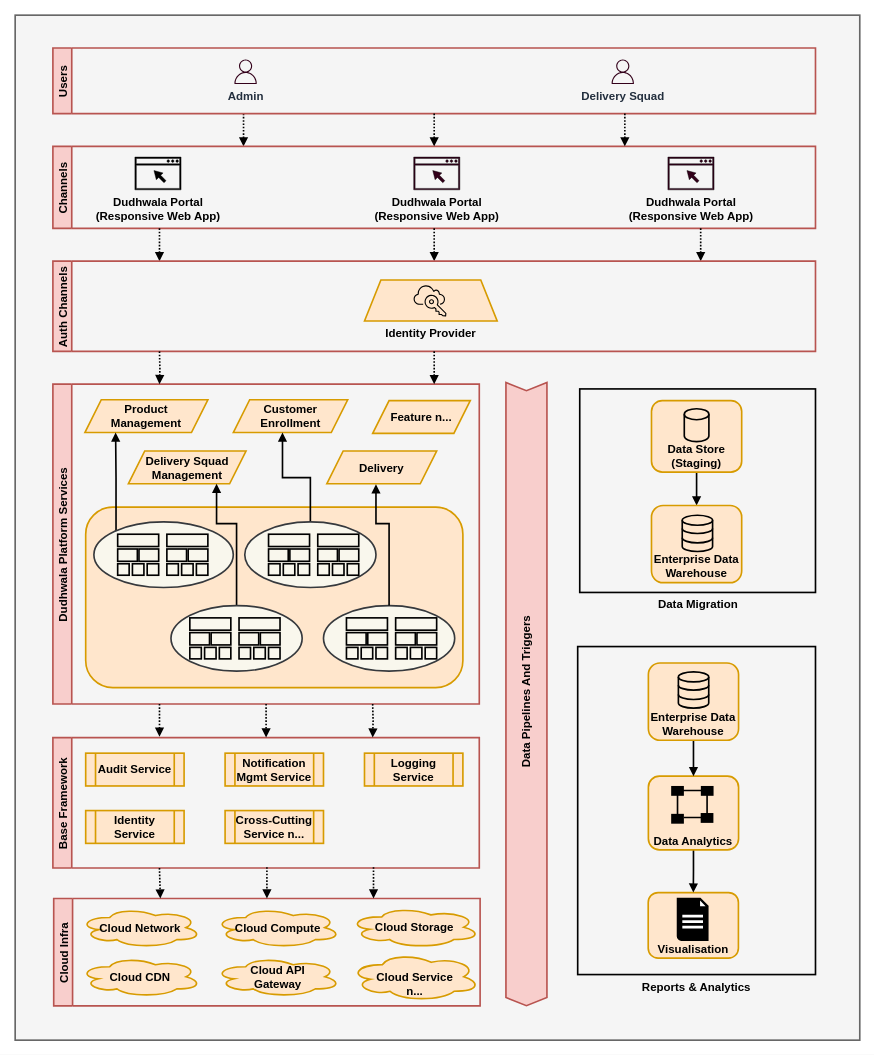
Above: docs/diagram/conceptual_view.drawio in dudhwalas/dudhwala (draw.io), before the change. Source tidied: cells renumbered, new cells numbered last; positions are measured from the earlier drawing's top-left corner, leaving out a move shared by most shapes. Both pictures are drawn from the tidied source at 82%, with x=0, y=0 at pixel (15, 15).
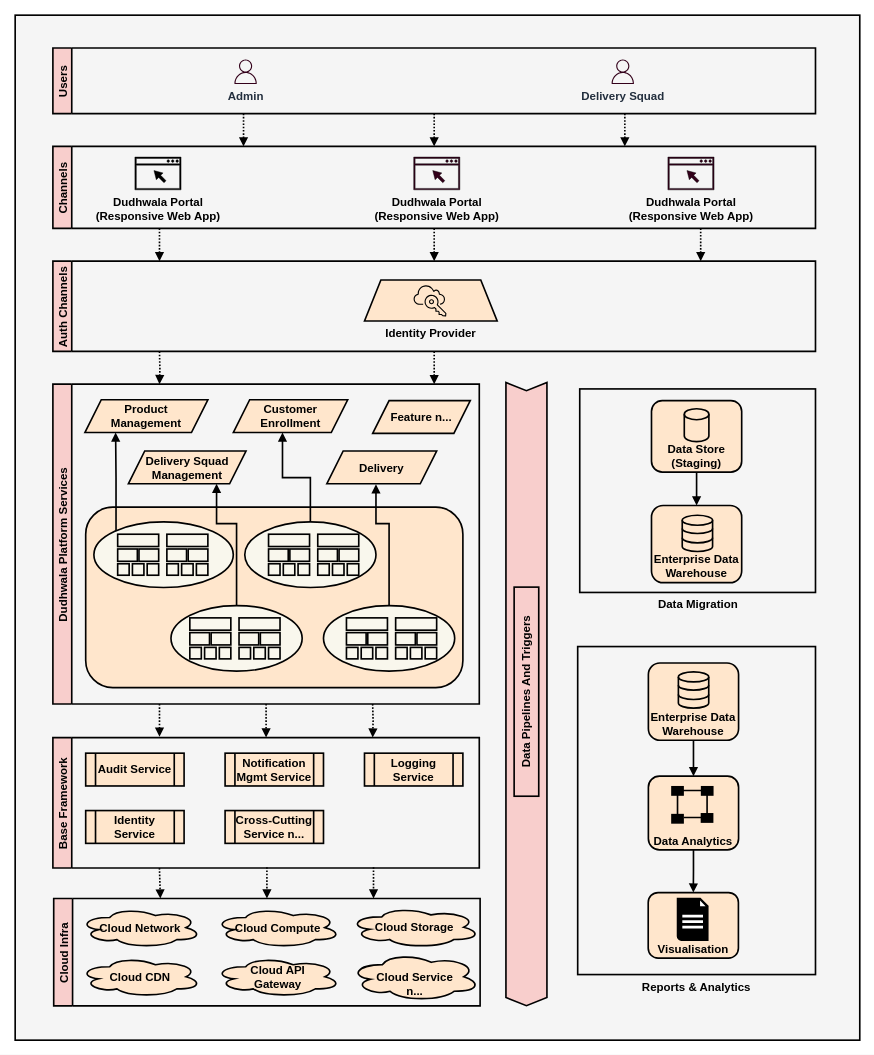
The same page after the edit.

What changed in the source:
```diff
@@
-    <mxCell id="2" style="rounded=0;whiteSpace=wrap;html=1;labelBorderColor=none;fillStyle=solid;strokeColor=#666666;strokeWidth=2;fontFamily=Helvetica;fontSize=14;fontColor=#333333;fillColor=#f5f5f5;fontStyle=1;" parent="1" vertex="1">
+    <mxCell id="2" style="rounded=0;whiteSpace=wrap;html=1;labelBorderColor=none;fillStyle=solid;strokeColor=#000000;strokeWidth=2;fontFamily=Helvetica;fontSize=14;fontColor=#333333;fillColor=#f5f5f5;fontStyle=1;" parent="1" vertex="1">
       <mxGeometry width="1030" height="1250" as="geometry" />
     </mxCell>
@@
-    <mxCell id="4" value="Users" style="swimlane;horizontal=0;fontStyle=1;sketch=0;fontFamily=Helvetica;fillColor=#f8cecc;strokeColor=#b85450;fontSize=14;strokeWidth=2;" parent="1" vertex="1">
+    <mxCell id="4" value="Users" style="swimlane;horizontal=0;fontStyle=1;sketch=0;fontFamily=Helvetica;fillColor=#f8cecc;strokeColor=#000000;fontSize=14;strokeWidth=2;" parent="1" vertex="1">
       <mxGeometry x="46" y="40" width="930" height="80" as="geometry" />
     </mxCell>
@@
-    <mxCell id="7" value="Channels" style="swimlane;horizontal=0;fontStyle=1;sketch=0;fontFamily=Helvetica;fillColor=#f8cecc;strokeColor=#b85450;fontSize=14;strokeWidth=2;" parent="1" vertex="1">
+    <mxCell id="7" value="Channels" style="swimlane;horizontal=0;fontStyle=1;sketch=0;fontFamily=Helvetica;fillColor=#f8cecc;strokeColor=#000000;fontSize=14;strokeWidth=2;" parent="1" vertex="1">
       <mxGeometry x="46" y="160" width="930" height="100" as="geometry" />
     </mxCell>
@@
-    <mxCell id="12" value="Dudhwala Platform Services" style="swimlane;horizontal=0;fontStyle=1;fontSize=14;sketch=0;fontFamily=Helvetica;fillColor=#f8cecc;strokeColor=#b85450;strokeWidth=2;" parent="1" vertex="1">
+    <mxCell id="12" value="Dudhwala Platform Services" style="swimlane;horizontal=0;fontStyle=1;fontSize=14;sketch=0;fontFamily=Helvetica;fillColor=#f8cecc;strokeColor=#000000;strokeWidth=2;" parent="1" vertex="1">
       <mxGeometry x="46" y="450" width="520" height="390" as="geometry" />
     </mxCell>
-    <mxCell id="13" value="Product &lt;br&gt;Management" style="shape=parallelogram;perimeter=parallelogramPerimeter;whiteSpace=wrap;html=1;fixedSize=1;rounded=0;glass=0;sketch=0;curveFitting=0.95;strokeWidth=2;fontFamily=Helvetica;fillColor=#ffe6cc;fontSize=14;strokeColor=#d79b00;fontStyle=1;" parent="12" vertex="1">
+    <mxCell id="13" value="Product &lt;br&gt;Management" style="shape=parallelogram;perimeter=parallelogramPerimeter;whiteSpace=wrap;html=1;fixedSize=1;rounded=0;glass=0;sketch=0;curveFitting=0.95;strokeWidth=2;fontFamily=Helvetica;fillColor=#ffe6cc;fontSize=14;strokeColor=#000000;fontStyle=1;" parent="12" vertex="1">
       <mxGeometry x="39" y="19" width="150" height="40" as="geometry" />
     </mxCell>
-    <mxCell id="14" value="Delivery Squad Management" style="shape=parallelogram;perimeter=parallelogramPerimeter;whiteSpace=wrap;html=1;fixedSize=1;rounded=0;glass=0;sketch=0;curveFitting=0.95;strokeWidth=2;fontFamily=Helvetica;fillColor=#ffe6cc;fontSize=14;strokeColor=#d79b00;fontStyle=1;" parent="12" vertex="1">
+    <mxCell id="14" value="Delivery Squad Management" style="shape=parallelogram;perimeter=parallelogramPerimeter;whiteSpace=wrap;html=1;fixedSize=1;rounded=0;glass=0;sketch=0;curveFitting=0.95;strokeWidth=2;fontFamily=Helvetica;fillColor=#ffe6cc;fontSize=14;strokeColor=#000000;fontStyle=1;" parent="12" vertex="1">
       <mxGeometry x="92" y="81.5" width="143.5" height="40" as="geometry" />
     </mxCell>
-    <mxCell id="15" value="Customer Enrollment" style="shape=parallelogram;perimeter=parallelogramPerimeter;whiteSpace=wrap;html=1;fixedSize=1;rounded=0;glass=0;sketch=0;curveFitting=0.95;strokeWidth=2;fontFamily=Helvetica;fillColor=#ffe6cc;fontSize=14;strokeColor=#d79b00;fontStyle=1;" parent="12" vertex="1">
+    <mxCell id="15" value="Customer Enrollment" style="shape=parallelogram;perimeter=parallelogramPerimeter;whiteSpace=wrap;html=1;fixedSize=1;rounded=0;glass=0;sketch=0;curveFitting=0.95;strokeWidth=2;fontFamily=Helvetica;fillColor=#ffe6cc;fontSize=14;strokeColor=#000000;fontStyle=1;" parent="12" vertex="1">
       <mxGeometry x="220" y="19" width="139.5" height="40" as="geometry" />
     </mxCell>
-    <mxCell id="16" value="Delivery" style="shape=parallelogram;perimeter=parallelogramPerimeter;whiteSpace=wrap;html=1;fixedSize=1;rounded=0;glass=0;sketch=0;curveFitting=0.95;strokeWidth=2;fontFamily=Helvetica;fillColor=#ffe6cc;fontSize=14;strokeColor=#d79b00;fontStyle=1;" parent="12" vertex="1">
+    <mxCell id="16" value="Delivery" style="shape=parallelogram;perimeter=parallelogramPerimeter;whiteSpace=wrap;html=1;fixedSize=1;rounded=0;glass=0;sketch=0;curveFitting=0.95;strokeWidth=2;fontFamily=Helvetica;fillColor=#ffe6cc;fontSize=14;strokeColor=#000000;fontStyle=1;" parent="12" vertex="1">
       <mxGeometry x="334" y="81.5" width="134" height="40" as="geometry" />
     </mxCell>
-    <mxCell id="17" style="rounded=1;whiteSpace=wrap;html=1;sketch=0;spacing=2;strokeWidth=2;glass=0;curveFitting=0.95;fillColor=#ffe6cc;fontFamily=Helvetica;fontSize=14;strokeColor=#d79b00;fontStyle=1;" parent="12" vertex="1">
+    <mxCell id="17" style="rounded=1;whiteSpace=wrap;html=1;sketch=0;spacing=2;strokeWidth=2;glass=0;curveFitting=0.95;fillColor=#ffe6cc;fontFamily=Helvetica;fontSize=14;strokeColor=#000000;fontStyle=1;" parent="12" vertex="1">
       <mxGeometry x="40" y="150" width="460" height="220" as="geometry" />
     </mxCell>
@@
-    <mxCell id="19" style="ellipse;whiteSpace=wrap;html=1;sketch=0;fillStyle=solid;fontFamily=Helvetica;fontSize=14;fillColor=#f9f7ed;strokeColor=#36393d;strokeWidth=2;fontStyle=1;" parent="12" vertex="1">
+    <mxCell id="19" style="ellipse;whiteSpace=wrap;html=1;sketch=0;fillStyle=solid;fontFamily=Helvetica;fontSize=14;fillColor=#f9f7ed;strokeColor=#000000;strokeWidth=2;fontStyle=1;" parent="12" vertex="1">
       <mxGeometry x="50" y="168" width="170" height="80" as="geometry" />
     </mxCell>
@@
-    <mxCell id="30" style="ellipse;whiteSpace=wrap;html=1;sketch=0;fillStyle=solid;fontFamily=Helvetica;fontSize=14;fillColor=#f9f7ed;direction=east;strokeColor=#36393d;strokeWidth=2;fontStyle=1;" parent="12" vertex="1">
+    <mxCell id="30" style="ellipse;whiteSpace=wrap;html=1;sketch=0;fillStyle=solid;fontFamily=Helvetica;fontSize=14;fillColor=#f9f7ed;direction=east;strokeColor=#000000;strokeWidth=2;fontStyle=1;" parent="12" vertex="1">
       <mxGeometry x="234" y="168" width="160" height="80" as="geometry" />
     </mxCell>
@@
-    <mxCell id="44" style="ellipse;whiteSpace=wrap;html=1;sketch=0;fillStyle=solid;fontFamily=Helvetica;fontSize=14;fillColor=#f9f7ed;strokeColor=#36393d;strokeWidth=2;fontStyle=1;" parent="12" vertex="1">
+    <mxCell id="44" style="ellipse;whiteSpace=wrap;html=1;sketch=0;fillStyle=solid;fontFamily=Helvetica;fontSize=14;fillColor=#f9f7ed;strokeColor=#000000;strokeWidth=2;fontStyle=1;" parent="12" vertex="1">
       <mxGeometry x="144" y="270" width="160" height="80" as="geometry" />
     </mxCell>
@@
-    <mxCell id="60" style="ellipse;whiteSpace=wrap;html=1;sketch=0;fillStyle=solid;fontFamily=Helvetica;fontSize=14;fillColor=#f9f7ed;strokeColor=#36393d;strokeWidth=2;fontStyle=1;" parent="12" vertex="1">
+    <mxCell id="60" style="ellipse;whiteSpace=wrap;html=1;sketch=0;fillStyle=solid;fontFamily=Helvetica;fontSize=14;fillColor=#f9f7ed;strokeColor=#000000;strokeWidth=2;fontStyle=1;" parent="12" vertex="1">
       <mxGeometry x="330" y="270" width="160" height="80" as="geometry" />
     </mxCell>
@@
-    <mxCell id="78" value="Auth Channels" style="swimlane;horizontal=0;fontStyle=1;sketch=0;fontFamily=Helvetica;fillColor=#f8cecc;strokeColor=#b85450;fontSize=14;strokeWidth=2;" parent="1" vertex="1">
+    <mxCell id="78" value="Auth Channels" style="swimlane;horizontal=0;fontStyle=1;sketch=0;fontFamily=Helvetica;fillColor=#f8cecc;strokeColor=#000000;fontSize=14;strokeWidth=2;" parent="1" vertex="1">
       <mxGeometry x="46" y="300" width="930" height="110" as="geometry" />
     </mxCell>
-    <mxCell id="79" value="Identity Provider" style="shape=trapezoid;perimeter=trapezoidPerimeter;whiteSpace=wrap;html=1;fixedSize=1;sketch=0;fillStyle=solid;strokeColor=#d79b00;fillColor=#ffe6cc;labelPosition=center;verticalLabelPosition=bottom;align=center;verticalAlign=top;fontFamily=Helvetica;fontSize=14;strokeWidth=2;fontStyle=1;" parent="78" vertex="1">
+    <mxCell id="79" value="Identity Provider" style="shape=trapezoid;perimeter=trapezoidPerimeter;whiteSpace=wrap;html=1;fixedSize=1;sketch=0;fillStyle=solid;strokeColor=#000000;fillColor=#ffe6cc;labelPosition=center;verticalLabelPosition=bottom;align=center;verticalAlign=top;fontFamily=Helvetica;fontSize=14;strokeWidth=2;fontStyle=1;" parent="78" vertex="1">
       <mxGeometry x="380" y="23" width="161.8" height="50" as="geometry" />
     </mxCell>
@@
-    <mxCell id="83" value="Base Framework" style="swimlane;horizontal=0;fontStyle=1;sketch=0;fontFamily=Helvetica;startSize=23;fillColor=#f8cecc;strokeColor=#b85450;fontSize=14;strokeWidth=2;" parent="1" vertex="1">
+    <mxCell id="83" value="Base Framework" style="swimlane;horizontal=0;fontStyle=1;sketch=0;fontFamily=Helvetica;startSize=23;fillColor=#f8cecc;strokeColor=#000000;fontSize=14;strokeWidth=2;" parent="1" vertex="1">
       <mxGeometry x="46" y="881" width="520" height="159" as="geometry" />
     </mxCell>
-    <mxCell id="84" value="Notification Mgmt Service" style="shape=process;whiteSpace=wrap;html=1;backgroundOutline=1;rounded=0;glass=0;sketch=0;curveFitting=0.95;fontFamily=Helvetica;strokeWidth=2;fillColor=#ffe6cc;fontSize=14;strokeColor=#d79b00;fontStyle=1;" parent="83" vertex="1">
+    <mxCell id="84" value="Notification Mgmt Service" style="shape=process;whiteSpace=wrap;html=1;backgroundOutline=1;rounded=0;glass=0;sketch=0;curveFitting=0.95;fontFamily=Helvetica;strokeWidth=2;fillColor=#ffe6cc;fontSize=14;strokeColor=#000000;fontStyle=1;" parent="83" vertex="1">
       <mxGeometry x="210" y="19" width="120" height="40" as="geometry" />
     </mxCell>
-    <mxCell id="85" value="Audit Service" style="shape=process;whiteSpace=wrap;html=1;backgroundOutline=1;rounded=0;glass=0;sketch=0;curveFitting=0.95;fontFamily=Helvetica;strokeWidth=2;fillColor=#ffe6cc;fontSize=14;strokeColor=#d79b00;fontStyle=1;" parent="83" vertex="1">
+    <mxCell id="85" value="Audit Service" style="shape=process;whiteSpace=wrap;html=1;backgroundOutline=1;rounded=0;glass=0;sketch=0;curveFitting=0.95;fontFamily=Helvetica;strokeWidth=2;fillColor=#ffe6cc;fontSize=14;strokeColor=#000000;fontStyle=1;" parent="83" vertex="1">
       <mxGeometry x="40" y="19" width="120" height="40" as="geometry" />
     </mxCell>
-    <mxCell id="86" value="Logging Service" style="shape=process;whiteSpace=wrap;html=1;backgroundOutline=1;rounded=0;glass=0;sketch=0;curveFitting=0.95;fontFamily=Helvetica;strokeWidth=2;fillColor=#ffe6cc;fontSize=14;strokeColor=#d79b00;fontStyle=1;" parent="83" vertex="1">
+    <mxCell id="86" value="Logging Service" style="shape=process;whiteSpace=wrap;html=1;backgroundOutline=1;rounded=0;glass=0;sketch=0;curveFitting=0.95;fontFamily=Helvetica;strokeWidth=2;fillColor=#ffe6cc;fontSize=14;strokeColor=#000000;fontStyle=1;" parent="83" vertex="1">
       <mxGeometry x="380" y="19" width="120" height="40" as="geometry" />
     </mxCell>
-    <mxCell id="87" value="Identity Service" style="shape=process;whiteSpace=wrap;html=1;backgroundOutline=1;rounded=0;glass=0;sketch=0;curveFitting=0.95;fontFamily=Helvetica;strokeWidth=2;fillColor=#ffe6cc;fontSize=14;strokeColor=#d79b00;fontStyle=1;" parent="83" vertex="1">
+    <mxCell id="87" value="Identity Service" style="shape=process;whiteSpace=wrap;html=1;backgroundOutline=1;rounded=0;glass=0;sketch=0;curveFitting=0.95;fontFamily=Helvetica;strokeWidth=2;fillColor=#ffe6cc;fontSize=14;strokeColor=#000000;fontStyle=1;" parent="83" vertex="1">
       <mxGeometry x="40" y="89" width="120" height="40" as="geometry" />
     </mxCell>
-    <mxCell id="88" value="Cross-Cutting Service n..." style="shape=process;whiteSpace=wrap;html=1;backgroundOutline=1;rounded=0;glass=0;sketch=0;curveFitting=0.95;fontFamily=Helvetica;strokeWidth=2;fillColor=#ffe6cc;fontSize=14;strokeColor=#d79b00;fontStyle=1;" parent="83" vertex="1">
+    <mxCell id="88" value="Cross-Cutting Service n..." style="shape=process;whiteSpace=wrap;html=1;backgroundOutline=1;rounded=0;glass=0;sketch=0;curveFitting=0.95;fontFamily=Helvetica;strokeWidth=2;fillColor=#ffe6cc;fontSize=14;strokeColor=#000000;fontStyle=1;" parent="83" vertex="1">
       <mxGeometry x="210" y="89" width="120" height="40" as="geometry" />
     </mxCell>
@@
-    <mxCell id="92" value="Cloud Infra" style="swimlane;horizontal=0;fontStyle=1;sketch=0;fontFamily=Helvetica;startSize=23;fillColor=#f8cecc;strokeColor=#b85450;fontSize=14;strokeWidth=2;" parent="1" vertex="1">
+    <mxCell id="92" value="Cloud Infra" style="swimlane;horizontal=0;fontStyle=1;sketch=0;fontFamily=Helvetica;startSize=23;fillColor=#f8cecc;strokeColor=#000000;fontSize=14;strokeWidth=2;" parent="1" vertex="1">
       <mxGeometry x="47" y="1077.2" width="520" height="131" as="geometry" />
     </mxCell>
-    <mxCell id="93" value="Cloud Network" style="ellipse;shape=cloud;whiteSpace=wrap;html=1;rounded=0;glass=0;sketch=0;curveFitting=0.95;fontFamily=Helvetica;strokeWidth=2;fillColor=#ffe6cc;fontSize=14;strokeColor=#d79b00;fontStyle=1;" parent="92" vertex="1">
+    <mxCell id="93" value="Cloud Network" style="ellipse;shape=cloud;whiteSpace=wrap;html=1;rounded=0;glass=0;sketch=0;curveFitting=0.95;fontFamily=Helvetica;strokeWidth=2;fillColor=#ffe6cc;fontSize=14;strokeColor=#000000;fontStyle=1;" parent="92" vertex="1">
       <mxGeometry x="31" y="11" width="149" height="49" as="geometry" />
     </mxCell>
-    <mxCell id="94" value="Cloud Compute" style="ellipse;shape=cloud;whiteSpace=wrap;html=1;rounded=0;glass=0;sketch=0;curveFitting=0.95;fontFamily=Helvetica;strokeWidth=2;fillColor=#ffe6cc;fontSize=14;strokeColor=#d79b00;fontStyle=1;" parent="92" vertex="1">
+    <mxCell id="94" value="Cloud Compute" style="ellipse;shape=cloud;whiteSpace=wrap;html=1;rounded=0;glass=0;sketch=0;curveFitting=0.95;fontFamily=Helvetica;strokeWidth=2;fillColor=#ffe6cc;fontSize=14;strokeColor=#000000;fontStyle=1;" parent="92" vertex="1">
       <mxGeometry x="195.5" y="11" width="154.5" height="49" as="geometry" />
     </mxCell>
-    <mxCell id="95" value="Cloud Storage" style="ellipse;shape=cloud;whiteSpace=wrap;html=1;rounded=0;glass=0;sketch=0;curveFitting=0.95;fontFamily=Helvetica;strokeWidth=2;fontStyle=1;fillColor=#ffe6cc;fontSize=14;strokeColor=#d79b00;" parent="92" vertex="1">
+    <mxCell id="95" value="Cloud Storage" style="ellipse;shape=cloud;whiteSpace=wrap;html=1;rounded=0;glass=0;sketch=0;curveFitting=0.95;fontFamily=Helvetica;strokeWidth=2;fontStyle=1;fillColor=#ffe6cc;fontSize=14;strokeColor=#000000;" parent="92" vertex="1">
       <mxGeometry x="360" y="10" width="160" height="50" as="geometry" />
     </mxCell>
-    <mxCell id="96" value="Cloud CDN" style="ellipse;shape=cloud;whiteSpace=wrap;html=1;rounded=0;glass=0;sketch=0;curveFitting=0.95;fontFamily=Helvetica;strokeWidth=2;fillColor=#ffe6cc;fontSize=14;strokeColor=#d79b00;fontStyle=1;" parent="92" vertex="1">
+    <mxCell id="96" value="Cloud CDN" style="ellipse;shape=cloud;whiteSpace=wrap;html=1;rounded=0;glass=0;sketch=0;curveFitting=0.95;fontFamily=Helvetica;strokeWidth=2;fillColor=#ffe6cc;fontSize=14;strokeColor=#000000;fontStyle=1;" parent="92" vertex="1">
       <mxGeometry x="31" y="71" width="149" height="49" as="geometry" />
     </mxCell>
-    <mxCell id="97" value="Cloud API &lt;br style=&quot;font-size: 14px;&quot;&gt;Gateway" style="ellipse;shape=cloud;whiteSpace=wrap;html=1;rounded=0;glass=0;sketch=0;curveFitting=0.95;fontFamily=Helvetica;strokeWidth=2;fillColor=#ffe6cc;fontSize=14;strokeColor=#d79b00;fontStyle=1;" parent="92" vertex="1">
+    <mxCell id="97" value="Cloud API &lt;br style=&quot;font-size: 14px;&quot;&gt;Gateway" style="ellipse;shape=cloud;whiteSpace=wrap;html=1;rounded=0;glass=0;sketch=0;curveFitting=0.95;fontFamily=Helvetica;strokeWidth=2;fillColor=#ffe6cc;fontSize=14;strokeColor=#000000;fontStyle=1;" parent="92" vertex="1">
       <mxGeometry x="195.5" y="71" width="154.5" height="49" as="geometry" />
     </mxCell>
-    <mxCell id="98" value="&lt;br style=&quot;font-size: 14px;&quot;&gt;Cloud Service &lt;br style=&quot;font-size: 14px;&quot;&gt;n..." style="ellipse;shape=cloud;whiteSpace=wrap;html=1;rounded=0;glass=0;sketch=0;curveFitting=0.95;fontFamily=Helvetica;strokeWidth=2;fillColor=#ffe6cc;fontSize=14;strokeColor=#d79b00;fontStyle=1;" parent="92" vertex="1">
+    <mxCell id="98" value="&lt;br style=&quot;font-size: 14px;&quot;&gt;Cloud Service &lt;br style=&quot;font-size: 14px;&quot;&gt;n..." style="ellipse;shape=cloud;whiteSpace=wrap;html=1;rounded=0;glass=0;sketch=0;curveFitting=0.95;fontFamily=Helvetica;strokeWidth=2;fillColor=#ffe6cc;fontSize=14;strokeColor=#000000;fontStyle=1;" parent="92" vertex="1">
       <mxGeometry x="361" y="66" width="159" height="59" as="geometry" />
     </mxCell>
@@
-    <mxCell id="102" style="html=1;shadow=0;dashed=0;align=center;verticalAlign=middle;shape=mxgraph.arrows2.arrow;dy=0;dx=10;notch=10;rounded=0;glass=0;sketch=0;curveFitting=0.95;fontFamily=Helvetica;strokeWidth=2;direction=south;fillColor=#f8cecc;fontSize=14;strokeColor=#b85450;fontStyle=1;" parent="1" vertex="1">
+    <mxCell id="102" style="html=1;shadow=0;dashed=0;align=center;verticalAlign=middle;shape=mxgraph.arrows2.arrow;dy=0;dx=10;notch=10;rounded=0;glass=0;sketch=0;curveFitting=0.95;fontFamily=Helvetica;strokeWidth=2;direction=south;fillColor=#f8cecc;fontSize=14;strokeColor=#000000;fontStyle=1;" parent="1" vertex="1">
       <mxGeometry x="598.5" y="448" width="50" height="760" as="geometry" />
     </mxCell>
-    <mxCell id="103" value="Data Pipelines And Triggers" style="text;html=1;fillColor=none;align=center;verticalAlign=middle;whiteSpace=wrap;rounded=0;glass=0;sketch=0;curveFitting=0.95;fontFamily=Helvetica;rotation=270;fontSize=14;strokeColor=none;strokeWidth=2;fontStyle=1;" parent="1" vertex="1">
+    <mxCell id="103" value="Data Pipelines And Triggers" style="text;html=1;fillColor=none;align=center;verticalAlign=middle;whiteSpace=wrap;rounded=0;glass=0;sketch=0;curveFitting=0.95;fontFamily=Helvetica;rotation=270;fontSize=14;strokeColor=#000000;strokeWidth=2;fontStyle=1;" parent="1" vertex="1">
       <mxGeometry x="496" y="810" width="255" height="30" as="geometry" />
     </mxCell>
@@
-    <mxCell id="106" value="Data Store (Staging)" style="rounded=1;whiteSpace=wrap;html=1;glass=0;sketch=0;curveFitting=0.95;fontFamily=Helvetica;strokeWidth=2;fillColor=#ffe6cc;verticalAlign=bottom;fontSize=14;strokeColor=#d79b00;fontStyle=1;" parent="1" vertex="1">
+    <mxCell id="106" value="Data Store (Staging)" style="rounded=1;whiteSpace=wrap;html=1;glass=0;sketch=0;curveFitting=0.95;fontFamily=Helvetica;strokeWidth=2;fillColor=#ffe6cc;verticalAlign=bottom;fontSize=14;strokeColor=#000000;fontStyle=1;" parent="1" vertex="1">
       <mxGeometry x="776" y="470" width="110" height="87.2" as="geometry" />
     </mxCell>
@@
-    <mxCell id="108" value="Visualisation" style="rounded=1;whiteSpace=wrap;html=1;glass=0;sketch=0;curveFitting=0.95;fontFamily=Helvetica;strokeWidth=2;fillColor=#ffe6cc;verticalAlign=bottom;fontSize=14;strokeColor=#d79b00;fontStyle=1;" parent="1" vertex="1">
+    <mxCell id="108" value="Visualisation" style="rounded=1;whiteSpace=wrap;html=1;glass=0;sketch=0;curveFitting=0.95;fontFamily=Helvetica;strokeWidth=2;fillColor=#ffe6cc;verticalAlign=bottom;fontSize=14;strokeColor=#000000;fontStyle=1;" parent="1" vertex="1">
       <mxGeometry x="772" y="1070" width="110" height="80" as="geometry" />
     </mxCell>
-    <mxCell id="109" value="Enterprise Data Warehouse" style="rounded=1;whiteSpace=wrap;html=1;glass=0;sketch=0;curveFitting=0.95;fontFamily=Helvetica;strokeWidth=2;fillColor=#ffe6cc;verticalAlign=bottom;fontSize=14;strokeColor=#d79b00;fontStyle=1;" parent="1" vertex="1">
+    <mxCell id="109" value="Enterprise Data Warehouse" style="rounded=1;whiteSpace=wrap;html=1;glass=0;sketch=0;curveFitting=0.95;fontFamily=Helvetica;strokeWidth=2;fillColor=#ffe6cc;verticalAlign=bottom;fontSize=14;strokeColor=#000000;fontStyle=1;" parent="1" vertex="1">
       <mxGeometry x="776" y="597.9" width="110" height="94.2" as="geometry" />
     </mxCell>
@@
-    <mxCell id="111" value="Data Analytics" style="rounded=1;whiteSpace=wrap;html=1;glass=0;sketch=0;curveFitting=0.95;fontFamily=Helvetica;strokeWidth=2;fillColor=#ffe6cc;verticalAlign=bottom;fontSize=14;strokeColor=#d79b00;fontStyle=1;" parent="1" vertex="1">
+    <mxCell id="111" value="Data Analytics" style="rounded=1;whiteSpace=wrap;html=1;glass=0;sketch=0;curveFitting=0.95;fontFamily=Helvetica;strokeWidth=2;fillColor=#ffe6cc;verticalAlign=bottom;fontSize=14;strokeColor=#000000;fontStyle=1;" parent="1" vertex="1">
       <mxGeometry x="772.2" y="928" width="110" height="90" as="geometry" />
     </mxCell>
@@
-    <mxCell id="115" value="Enterprise Data Warehouse" style="rounded=1;whiteSpace=wrap;html=1;glass=0;sketch=0;curveFitting=0.95;fontFamily=Helvetica;strokeWidth=2;fillColor=#ffe6cc;verticalAlign=bottom;fontSize=14;strokeColor=#d79b00;fontStyle=1;" parent="1" vertex="1">
+    <mxCell id="115" value="Enterprise Data Warehouse" style="rounded=1;whiteSpace=wrap;html=1;glass=0;sketch=0;curveFitting=0.95;fontFamily=Helvetica;strokeWidth=2;fillColor=#ffe6cc;verticalAlign=bottom;fontSize=14;strokeColor=#000000;fontStyle=1;" parent="1" vertex="1">
       <mxGeometry x="772.2" y="790" width="110" height="94.2" as="geometry" />
     </mxCell>
@@
-    <mxCell id="126" value="Feature n..." style="shape=parallelogram;perimeter=parallelogramPerimeter;whiteSpace=wrap;html=1;fixedSize=1;rounded=0;glass=0;sketch=0;curveFitting=0.95;strokeWidth=2;fontFamily=Helvetica;fillColor=#ffe6cc;fontSize=14;strokeColor=#d79b00;fontStyle=1;" parent="1" vertex="1">
+    <mxCell id="126" value="Feature n..." style="shape=parallelogram;perimeter=parallelogramPerimeter;whiteSpace=wrap;html=1;fixedSize=1;rounded=0;glass=0;sketch=0;curveFitting=0.95;strokeWidth=2;fontFamily=Helvetica;fillColor=#ffe6cc;fontSize=14;strokeColor=#000000;fontStyle=1;" parent="1" vertex="1">
       <mxGeometry x="436" y="470" width="119" height="40" as="geometry" />
     </mxCell>
```
